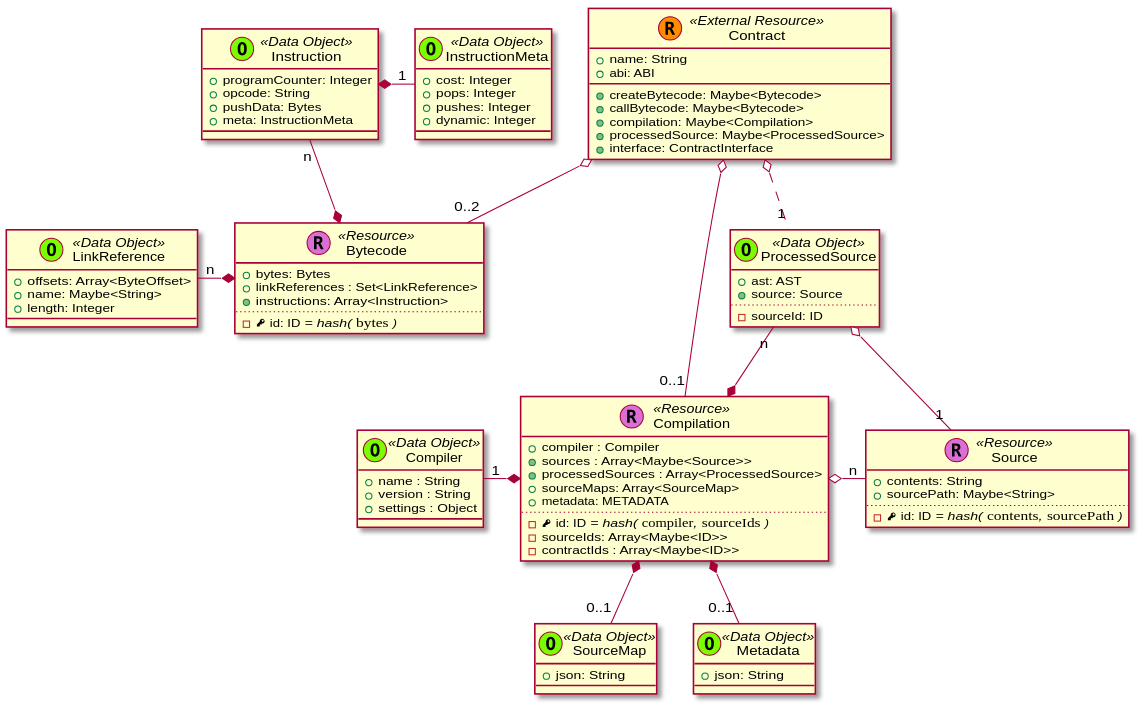
trufflesuite/artifact-updates keeps this PlantUML diagram as contrib/trufflesuite/add-metadata/_images/plantuml-e9147eb3f2fd48370e6ec239004ba66ea4d7f91a.svg. Above is the earlier version.
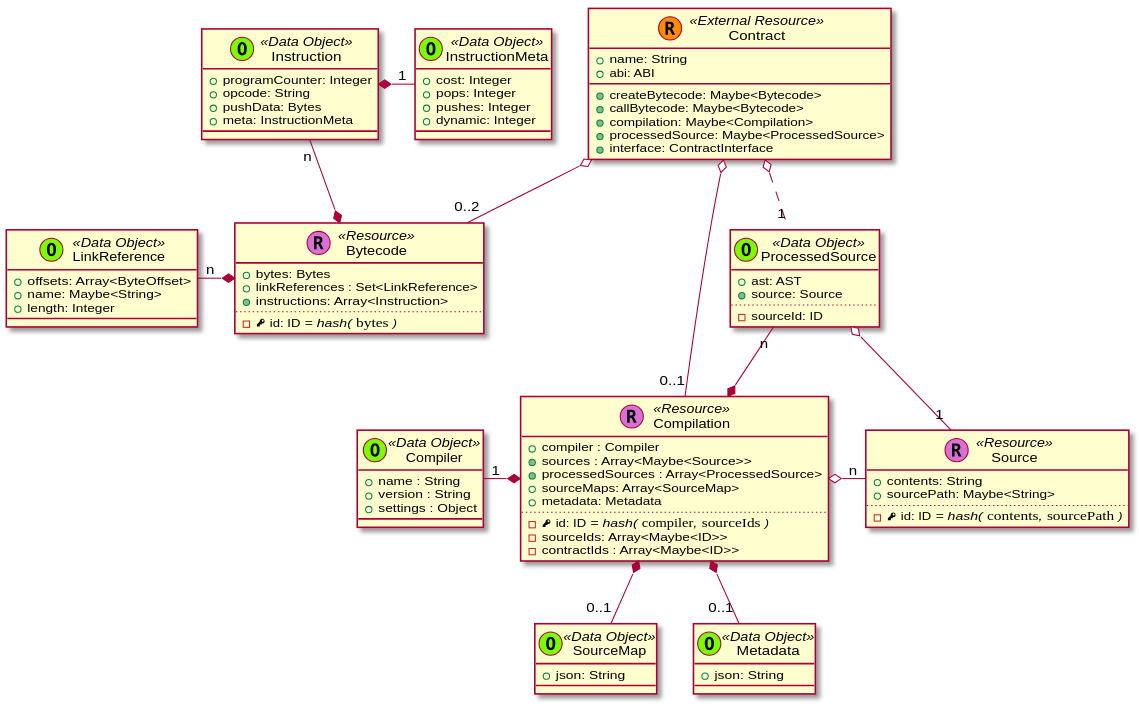
Above is the later version.

The edit, as a diff of the source:
```diff
@@ -64,7 +64,7 @@
       + {method} sources : Array<Maybe<Source>>
       + {method} processedSources : Array<ProcessedSource>
       + sourceMaps: Array<SourceMap>
-      + metadata: METADATA
+      + metadata: Metadata
       ..
       - {field} <&key> id: ID //= hash(// ""compiler""//,// ""sourceIds"" //)//
       - sourceIds: Array<Maybe<ID>>
```
